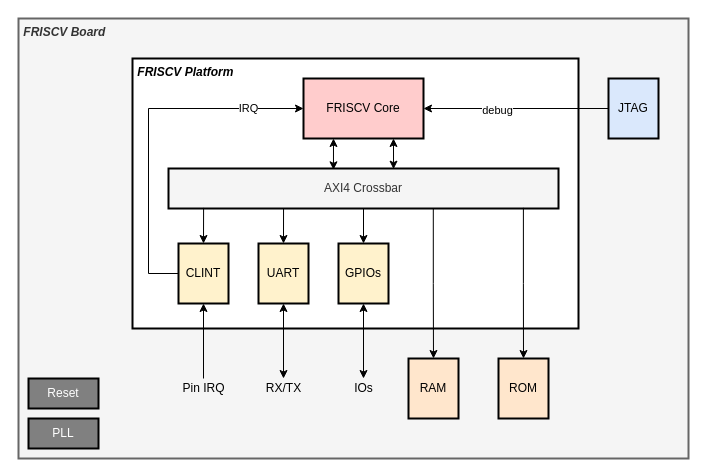
dpretet/friscv keeps this draw.io diagram as page "Platform" (2 of 8) of doc/friscv.drawio. Above is the earlier version. Source tidied: cells renumbered, new cells numbered last; positions are measured from the earlier drawing's top-left corner, leaving out a move shared by most shapes. Both pictures are drawn from the tidied source at 100%, with x=0, y=0 at pixel (18, 18).
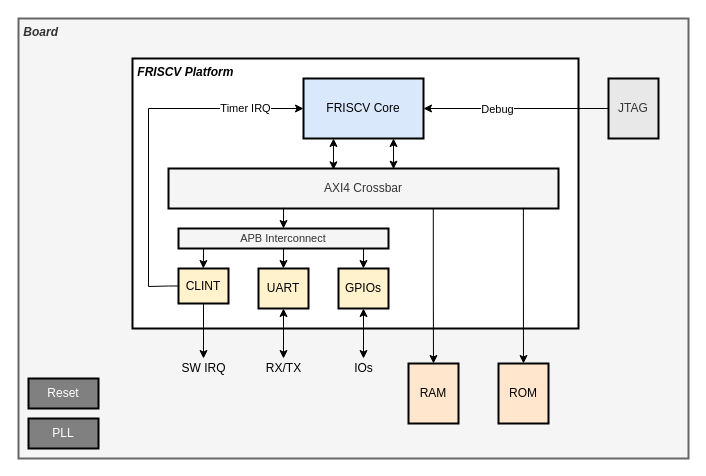
The same page after the edit.

Unchanged cells that the change refers to:
```xml
<mxCell id="7" value="AXI4 Crossbar" style="rounded=0;whiteSpace=wrap;html=1;fillColor=#f5f5f5;fontColor=#333333;strokeWidth=2;" parent="1" vertex="1">
  <mxGeometry x="150" y="150" width="390" height="40" as="geometry" />
</mxCell>
<mxCell id="24" style="edgeStyle=orthogonalEdgeStyle;rounded=0;jettySize=auto;html=1;fontColor=#000000;entryX=1;entryY=0.5;entryDx=0;entryDy=0;" parent="1" edge="1" source="26" target="6">
  <mxGeometry relative="1" as="geometry" />
</mxCell>
```

What changed in the source:
```diff
@@
-    <mxCell id="2" value="&amp;nbsp;FRISCV Board" style="rounded=0;whiteSpace=wrap;html=1;align=left;verticalAlign=top;fontStyle=3;fillColor=#f5f5f5;strokeColor=#666666;fontColor=#333333;strokeWidth=2;" parent="1" vertex="1">
+    <mxCell id="2" value="&amp;nbsp;Board" style="rounded=0;whiteSpace=wrap;html=1;align=left;verticalAlign=top;fontStyle=3;fillColor=#f5f5f5;strokeColor=#666666;fontColor=#333333;strokeWidth=2;" parent="1" vertex="1">
       <mxGeometry width="670" height="440" as="geometry" />
     </mxCell>
@@
-    <mxCell id="6" value="FRISCV Core" style="rounded=0;whiteSpace=wrap;html=1;strokeWidth=2;fillColor=#FFCCCC;" parent="1" vertex="1">
+    <mxCell id="6" value="FRISCV Core" style="rounded=0;whiteSpace=wrap;html=1;strokeWidth=2;fillColor=#dae8fc;strokeColor=#000000;" parent="1" vertex="1">
       <mxGeometry x="285" y="60" width="120" height="60" as="geometry" />
     </mxCell>
@@
-    <mxCell id="8" style="edgeStyle=orthogonalEdgeStyle;rounded=0;jettySize=auto;html=1;exitX=0.09;exitY=0.985;exitDx=0;exitDy=0;entryX=0.5;entryY=0;entryDx=0;entryDy=0;exitPerimeter=0;" parent="1" edge="1" source="7" target="10">
-      <mxGeometry relative="1" as="geometry" />
-    </mxCell>
-    <mxCell id="9" style="edgeStyle=orthogonalEdgeStyle;rounded=0;jettySize=auto;html=1;fontColor=#FFFFFF;entryX=0.5;entryY=1;entryDx=0;entryDy=0;" parent="1" edge="1" source="23" target="10">
+    <mxCell id="9" style="edgeStyle=orthogonalEdgeStyle;rounded=0;jettySize=auto;html=1;fontColor=#FFFFFF;exitX=0.5;exitY=1;exitDx=0;exitDy=0;" parent="1" edge="1" source="10" target="23">
       <mxGeometry relative="1" as="geometry" />
     </mxCell>
     <mxCell id="10" value="CLINT" style="rounded=0;whiteSpace=wrap;html=1;fillColor=#fff2cc;strokeWidth=2;" parent="1" vertex="1">
-      <mxGeometry x="160" y="225" width="50" height="60" as="geometry" />
+      <mxGeometry x="160" y="250" width="50" height="35" as="geometry" />
     </mxCell>
-    <mxCell id="11" style="edgeStyle=orthogonalEdgeStyle;rounded=0;jettySize=auto;html=1;exitX=0.295;exitY=0.99;exitDx=0;exitDy=0;entryX=0.5;entryY=0;entryDx=0;entryDy=0;exitPerimeter=0;" parent="1" edge="1" source="7" target="12">
-      <mxGeometry relative="1" as="geometry" />
-    </mxCell>
     <mxCell id="12" value="UART" style="rounded=0;whiteSpace=wrap;html=1;fillColor=#fff2cc;strokeWidth=2;" parent="1" vertex="1">
-      <mxGeometry x="240" y="225" width="50" height="60" as="geometry" />
+      <mxGeometry x="240" y="250" width="50" height="40" as="geometry" />
     </mxCell>
-    <mxCell id="13" style="edgeStyle=orthogonalEdgeStyle;rounded=0;jettySize=auto;html=1;exitX=0.5;exitY=1;exitDx=0;exitDy=0;entryX=0.5;entryY=0;entryDx=0;entryDy=0;" parent="1" edge="1" source="7" target="16">
-      <mxGeometry relative="1" as="geometry" />
-    </mxCell>
     <mxCell id="14" style="edgeStyle=orthogonalEdgeStyle;rounded=0;jettySize=auto;html=1;exitX=0;exitY=0.5;exitDx=0;exitDy=0;entryX=0;entryY=0.5;entryDx=0;entryDy=0;fontColor=#FFFFFF;" parent="1" edge="1" source="10" target="6">
       <mxGeometry relative="1" as="geometry">
         <Array as="points">
-          <mxPoint x="130" y="255" />
+          <mxPoint x="150" y="268" />
+          <mxPoint x="130" y="268" />
           <mxPoint x="130" y="90" />
         </Array>
       </mxGeometry>
     </mxCell>
-    <mxCell id="15" value="IRQ" style="edgeLabel;html=1;align=center;verticalAlign=middle;fontColor=#000000;" parent="14" vertex="1">
+    <mxCell id="15" value="Timer IRQ" style="edgeLabel;html=1;align=center;verticalAlign=middle;fontColor=#000000;" parent="14" vertex="1">
       <mxGeometry x="0.68" y="1" relative="1" as="geometry" />
     </mxCell>
     <mxCell id="16" value="GPIOs" style="rounded=0;whiteSpace=wrap;html=1;fillColor=#fff2cc;strokeWidth=2;" parent="1" vertex="1">
-      <mxGeometry x="320" y="225" width="50" height="60" as="geometry" />
+      <mxGeometry x="320" y="250" width="50" height="40" as="geometry" />
     </mxCell>
@@
     <mxCell id="18" value="RAM" style="rounded=0;whiteSpace=wrap;html=1;fillColor=#ffe6cc;strokeWidth=2;" parent="1" vertex="1">
-      <mxGeometry x="390" y="340" width="50" height="60" as="geometry" />
+      <mxGeometry x="390" y="345" width="50" height="60" as="geometry" />
     </mxCell>
@@
     <mxCell id="20" value="ROM" style="rounded=0;whiteSpace=wrap;html=1;fillColor=#ffe6cc;strokeWidth=2;" parent="1" vertex="1">
-      <mxGeometry x="480" y="340" width="50" height="60" as="geometry" />
+      <mxGeometry x="480" y="345" width="50" height="60" as="geometry" />
     </mxCell>
@@
-    <mxCell id="23" value="Pin IRQ" style="text;html=1;strokeColor=none;fillColor=none;align=center;verticalAlign=middle;whiteSpace=wrap;rounded=0;" parent="1" vertex="1">
-      <mxGeometry x="157.5" y="360" width="55" height="20" as="geometry" />
+    <mxCell id="23" value="SW IRQ" style="text;html=1;strokeColor=none;fillColor=none;align=center;verticalAlign=middle;whiteSpace=wrap;rounded=0;" parent="1" vertex="1">
+      <mxGeometry x="157.5" y="340" width="55" height="20" as="geometry" />
     </mxCell>
@@
-    <mxCell id="25" value="debug" style="edgeLabel;html=1;align=center;verticalAlign=middle;fontColor=#000000;" parent="24" vertex="1">
-      <mxGeometry x="0.21" y="1" relative="1" as="geometry" />
+    <mxCell id="25" value="Debug" style="edgeLabel;html=1;align=center;verticalAlign=middle;fontColor=#000000;" parent="24" vertex="1">
+      <mxGeometry x="0.21" y="1" relative="1" as="geometry">
+        <mxPoint y="-1" as="offset" />
+      </mxGeometry>
     </mxCell>
-    <mxCell id="26" value="JTAG" style="rounded=0;whiteSpace=wrap;html=1;fillColor=#dae8fc;strokeWidth=2;" parent="1" vertex="1">
+    <mxCell id="26" value="JTAG" style="rounded=0;whiteSpace=wrap;html=1;fillColor=#E8E8E8;strokeWidth=2;fontColor=#333333;strokeColor=#000000;" parent="1" vertex="1">
       <mxGeometry x="590" y="60" width="50" height="60" as="geometry" />
     </mxCell>
@@
     <mxCell id="28" value="RX/TX" style="text;html=1;strokeColor=none;fillColor=none;align=center;verticalAlign=middle;whiteSpace=wrap;rounded=0;" parent="1" vertex="1">
-      <mxGeometry x="237.5" y="360" width="55" height="20" as="geometry" />
+      <mxGeometry x="237.5" y="340" width="55" height="20" as="geometry" />
     </mxCell>
@@
     <mxCell id="30" value="IOs" style="text;html=1;strokeColor=none;fillColor=none;align=center;verticalAlign=middle;whiteSpace=wrap;rounded=0;" parent="1" vertex="1">
-      <mxGeometry x="317.5" y="360" width="55" height="20" as="geometry" />
+      <mxGeometry x="317.5" y="340" width="55" height="20" as="geometry" />
     </mxCell>
+    <mxCell id="31" style="edgeStyle=orthogonalEdgeStyle;rounded=0;jettySize=auto;html=1;exitX=0.295;exitY=0.984;exitDx=0;exitDy=0;startArrow=none;startFill=0;entryX=0.5;entryY=0;entryDx=0;entryDy=0;exitPerimeter=0;" parent="1" edge="1" source="7" target="32">
+      <mxGeometry relative="1" as="geometry" />
+    </mxCell>
+    <mxCell id="32" value="APB Interconnect" style="rounded=0;whiteSpace=wrap;html=1;fillColor=#f5f5f5;fontColor=#333333;strokeWidth=2;fontSize=11;" parent="1" vertex="1">
+      <mxGeometry x="160" y="210" width="210" height="20" as="geometry" />
+    </mxCell>
+    <mxCell id="33" style="edgeStyle=orthogonalEdgeStyle;rounded=0;orthogonalLoop=1;jettySize=auto;html=1;exitX=0.5;exitY=0;exitDx=0;exitDy=0;startArrow=none;startFill=0;entryX=0.5;entryY=0;entryDx=0;entryDy=0;" parent="1" edge="1">
+      <mxGeometry relative="1" as="geometry">
+        <mxPoint x="265.1" y="230" as="sourcePoint" />
+        <mxPoint x="264.9" y="250" as="targetPoint" />
+      </mxGeometry>
+    </mxCell>
+    <mxCell id="34" style="edgeStyle=orthogonalEdgeStyle;rounded=0;orthogonalLoop=1;jettySize=auto;html=1;exitX=0.5;exitY=0;exitDx=0;exitDy=0;startArrow=none;startFill=0;entryX=0.5;entryY=0;entryDx=0;entryDy=0;" parent="1" edge="1">
+      <mxGeometry relative="1" as="geometry">
+        <mxPoint x="345.1" y="230" as="sourcePoint" />
+        <mxPoint x="344.9" y="250" as="targetPoint" />
+      </mxGeometry>
+    </mxCell>
+    <mxCell id="35" style="edgeStyle=orthogonalEdgeStyle;rounded=0;orthogonalLoop=1;jettySize=auto;html=1;exitX=0.5;exitY=0;exitDx=0;exitDy=0;startArrow=none;startFill=0;entryX=0.5;entryY=0;entryDx=0;entryDy=0;" parent="1" edge="1">
+      <mxGeometry relative="1" as="geometry">
+        <mxPoint x="185.1" y="230" as="sourcePoint" />
+        <mxPoint x="184.8" y="250" as="targetPoint" />
+      </mxGeometry>
+    </mxCell>
```
